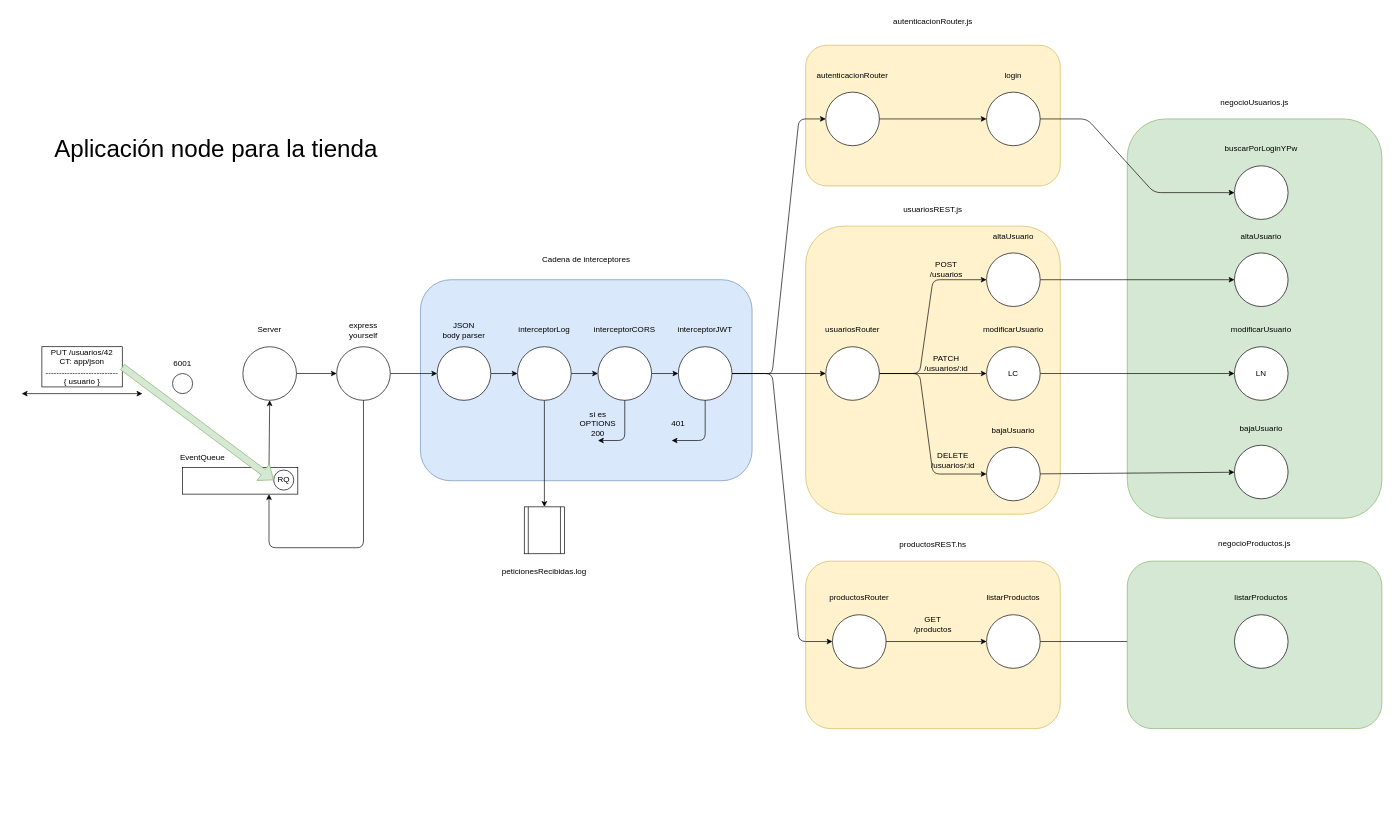
Earlier version of the draw.io diagram page "Página-43" (42 of 44) of dibujos.drawio (lrag/MEAN_2021_2). Source tidied: cells renumbered, new cells numbered last; positions are measured from the earlier drawing's top-left corner, leaving out a move shared by most shapes. Both pictures are drawn from the tidied source at 67%, with x=0, y=0 at pixel (11, 11).
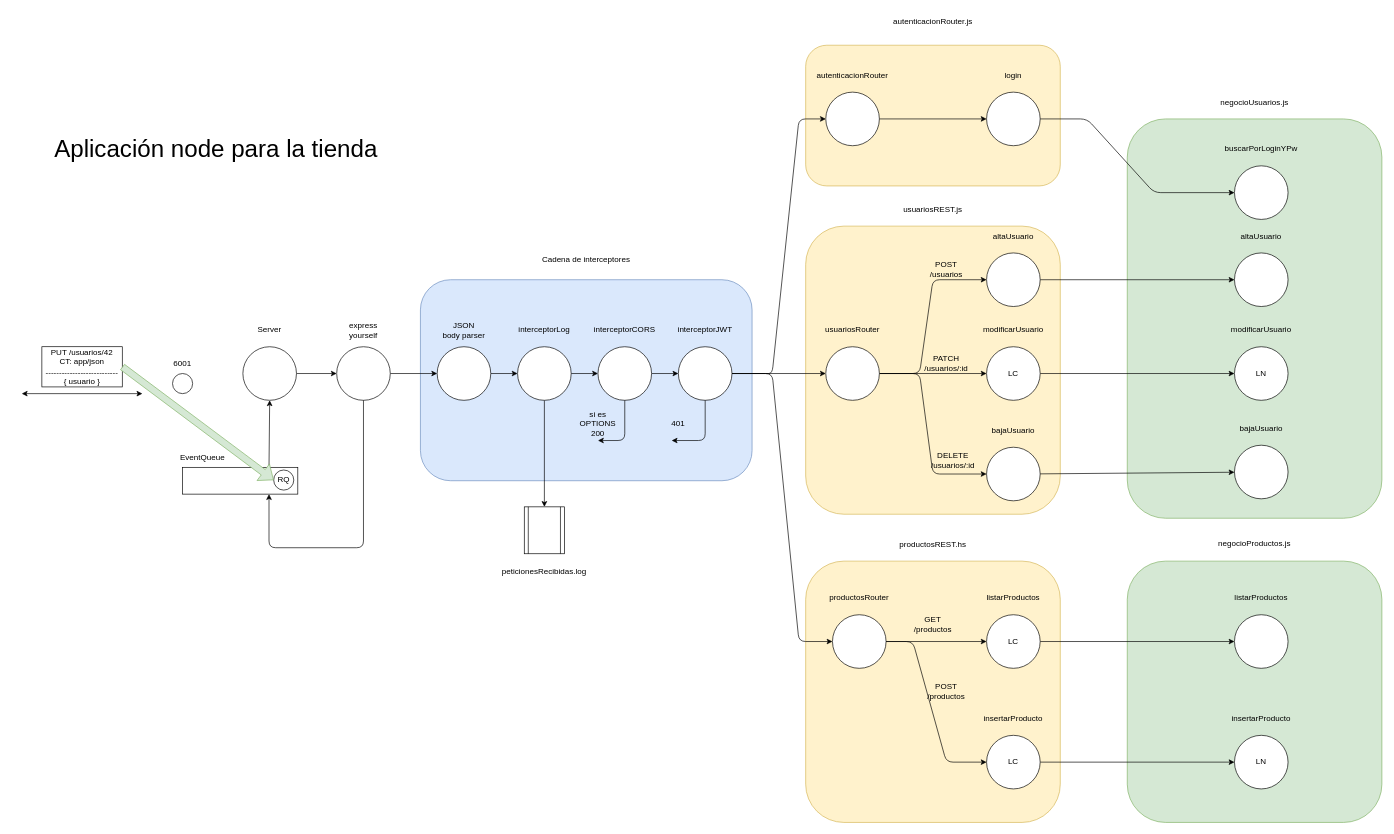
The same diagram, later.

The change refers to these unchanged cells:
```xml
<mxCell id="49" style="ellipse;whiteSpace=wrap;html=1;" parent="1" vertex="1">
  <mxGeometry x="1225" y="900" width="80" height="80" as="geometry" />
</mxCell>
```

What changed in the source:
```diff
@@
+    <mxCell id="88" style="rounded=1;whiteSpace=wrap;html=1;fontSize=12;fillColor=#d5e8d4;strokeColor=#82b366;" parent="1" vertex="1">
+      <mxGeometry x="1665" y="820" width="380" height="390" as="geometry" />
+    </mxCell>
@@
     <mxCell id="3" style="rounded=1;whiteSpace=wrap;html=1;fontSize=12;fillColor=#fff2cc;strokeColor=#d6b656;" parent="1" vertex="1">
-      <mxGeometry x="1185" y="820" width="380" height="250" as="geometry" />
+      <mxGeometry x="1185" y="820" width="380" height="390" as="geometry" />
     </mxCell>
@@
-    <mxCell id="71" style="ellipse;whiteSpace=wrap;html=1;" parent="1" vertex="1">
+    <mxCell id="71" value="LC" style="ellipse;whiteSpace=wrap;html=1;" parent="1" vertex="1">
       <mxGeometry x="1455" y="900" width="80" height="80" as="geometry" />
     </mxCell>
@@
-    <mxCell id="88" style="rounded=1;whiteSpace=wrap;html=1;fontSize=12;fillColor=#d5e8d4;strokeColor=#82b366;" parent="1" vertex="1">
-      <mxGeometry x="1665" y="820" width="380" height="250" as="geometry" />
-    </mxCell>
@@
+    <mxCell id="92" style="edgeStyle=none;rounded=1;jettySize=auto;html=1;fontSize=12;strokeWidth=1;" parent="1" edge="1" source="93" target="96">
+      <mxGeometry relative="1" as="geometry" />
+    </mxCell>
+    <mxCell id="93" value="LC" style="ellipse;whiteSpace=wrap;html=1;" parent="1" vertex="1">
+      <mxGeometry x="1455" y="1080" width="80" height="80" as="geometry" />
+    </mxCell>
+    <mxCell id="94" value="insertarProducto" style="text;html=1;strokeColor=none;fillColor=none;align=center;verticalAlign=middle;whiteSpace=wrap;rounded=0;" parent="1" vertex="1">
+      <mxGeometry x="1465" y="1040" width="60" height="30" as="geometry" />
+    </mxCell>
+    <mxCell id="95" value="POST&lt;br&gt;/productos" style="text;html=1;strokeColor=none;fillColor=none;align=center;verticalAlign=middle;whiteSpace=wrap;rounded=0;fontSize=12;" parent="1" vertex="1">
+      <mxGeometry x="1365" y="1000" width="60" height="30" as="geometry" />
+    </mxCell>
+    <mxCell id="96" value="LN" style="ellipse;whiteSpace=wrap;html=1;" parent="1" vertex="1">
+      <mxGeometry x="1825" y="1080" width="80" height="80" as="geometry" />
+    </mxCell>
+    <mxCell id="97" value="insertarProducto" style="text;html=1;strokeColor=none;fillColor=none;align=center;verticalAlign=middle;whiteSpace=wrap;rounded=0;" parent="1" vertex="1">
+      <mxGeometry x="1835" y="1040" width="60" height="30" as="geometry" />
+    </mxCell>
+    <mxCell id="98" style="endArrow=classic;html=1;entryX=0;entryY=0.5;entryDx=0;entryDy=0;exitX=1;exitY=0.5;exitDx=0;exitDy=0;rounded=1;" parent="1" edge="1" source="49" target="93">
+      <mxGeometry relative="1" as="geometry">
+        <Array as="points">
+          <mxPoint x="1345" y="940" />
+          <mxPoint x="1395" y="1120" />
+        </Array>
+      </mxGeometry>
+    </mxCell>
```
